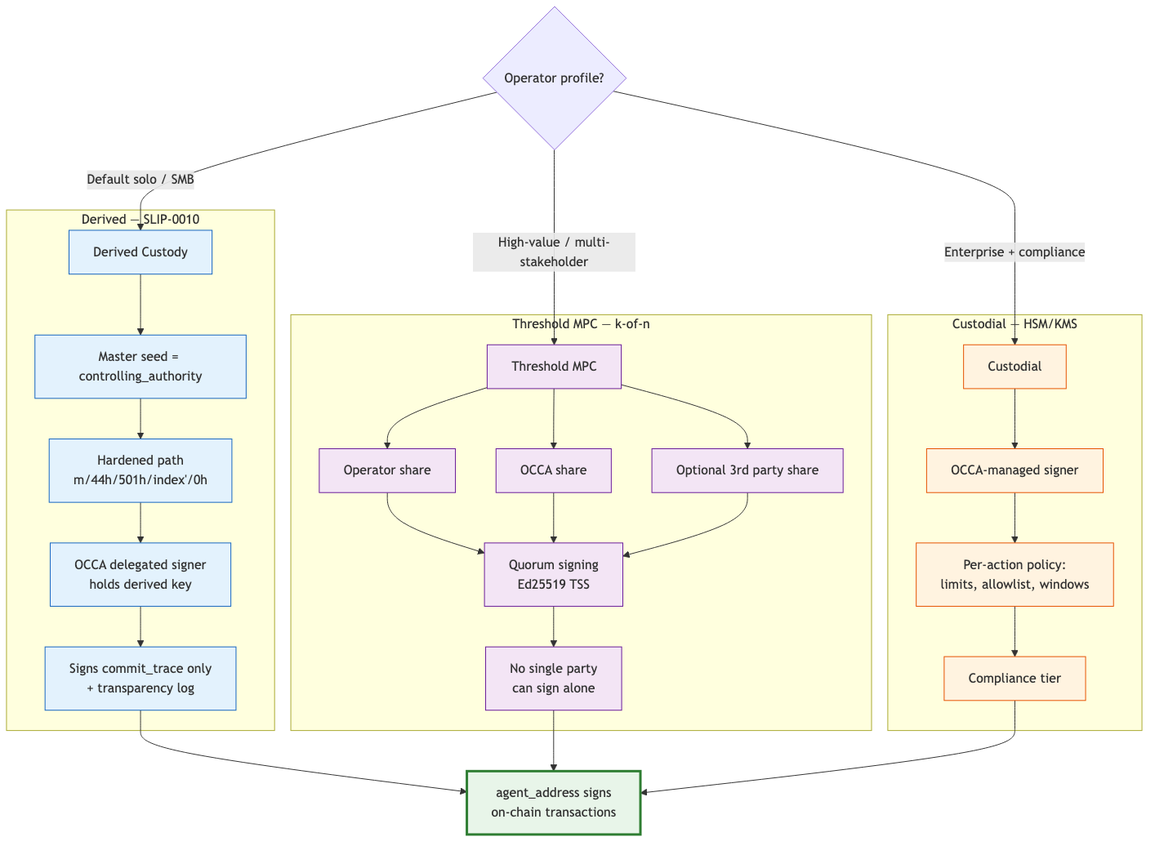
Occa-Labs/occa-core keeps this Mermaid diagram as docs/diagrams/identity-custody.png. Above is the earlier version. Its source is kept beside it as docs/diagrams/identity-custody.mmd. Its diagram source:
```mermaid
flowchart TB
    Q{Operator profile?}

    Q -->|Default solo / SMB| D[Derived Custody]
    Q -->|High-value / multi-stakeholder| M[Threshold MPC]
    Q -->|Enterprise + compliance| C[Custodial]

    subgraph Derived["Derived — SLIP-0010"]
        D --> D1[Master seed = controlling_authority]
        D1 --> D2[Hardened path<br/>m/44h/501h/index'/0h]
        D2 --> D3[OCCA delegated signer<br/>holds derived key]
        D3 --> D4[Signs commit_trace only<br/>+ transparency log]
    end

    subgraph MPC["Threshold MPC — k-of-n"]
        M --> M1[Operator share]
        M --> M2[OCCA share]
        M --> M3[Optional 3rd party share]
        M1 --> M4[Quorum signing<br/>Ed25519 TSS]
        M2 --> M4
        M3 --> M4
        M4 --> M5[No single party<br/>can sign alone]
    end

    subgraph Custodial["Custodial — HSM/KMS"]
        C --> C1[OCCA-managed signer]
        C1 --> C2[Per-action policy:<br/>limits, allowlist, windows]
        C2 --> C3[Compliance tier]
    end

    D4 --> OUT[agent_address signs<br/>on-chain transactions]
    M5 --> OUT
    C3 --> OUT

    classDef derived fill:#e3f2fd,stroke:#1565c0
    classDef mpc fill:#f3e5f5,stroke:#6a1b9a
    classDef custodial fill:#fff3e0,stroke:#e65100
    classDef out fill:#e8f5e9,stroke:#2e7d32,stroke-width:3px

    class D,D1,D2,D3,D4 derived
    class M,M1,M2,M3,M4,M5 mpc
    class C,C1,C2,C3 custodial
    class OUT out
```
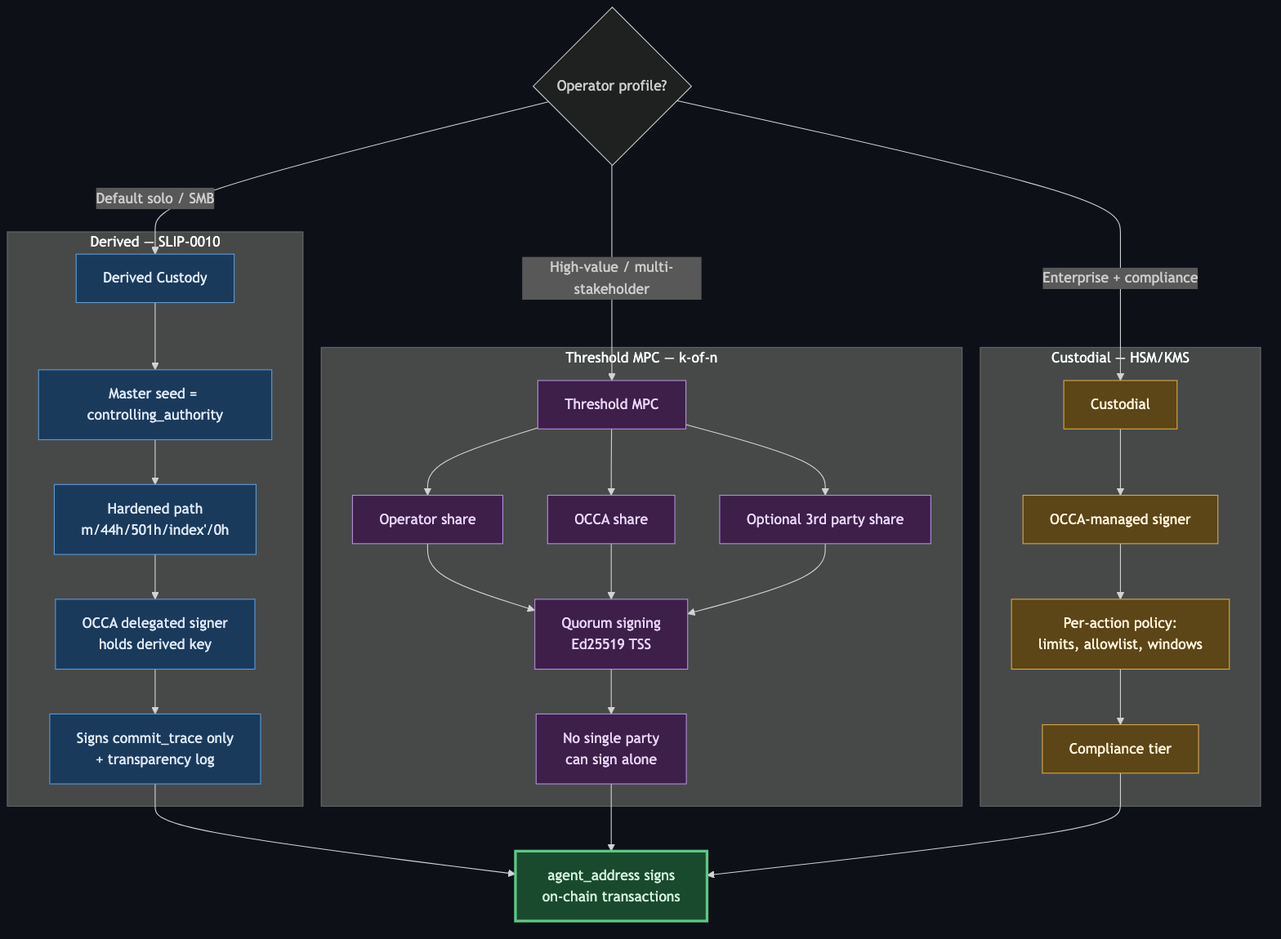
The same file after the commit.

Diff of the diagram source:
```diff
@@ -32,10 +32,10 @@
     M5 --> OUT
     C3 --> OUT
 
-    classDef derived fill:#e3f2fd,stroke:#1565c0
-    classDef mpc fill:#f3e5f5,stroke:#6a1b9a
-    classDef custodial fill:#fff3e0,stroke:#e65100
-    classDef out fill:#e8f5e9,stroke:#2e7d32,stroke-width:3px
+    classDef derived fill:#1a3a5c,stroke:#5b9bd5,color:#dde8f5
+    classDef mpc fill:#3d1f4a,stroke:#b48fd9,color:#e8d4f5
+    classDef custodial fill:#5c4516,stroke:#d9a84a,color:#fff4dc
+    classDef out fill:#1a4a2e,stroke:#5fc784,color:#d4f0de,stroke-width:3px
 
     class D,D1,D2,D3,D4 derived
     class M,M1,M2,M3,M4,M5 mpc
```
